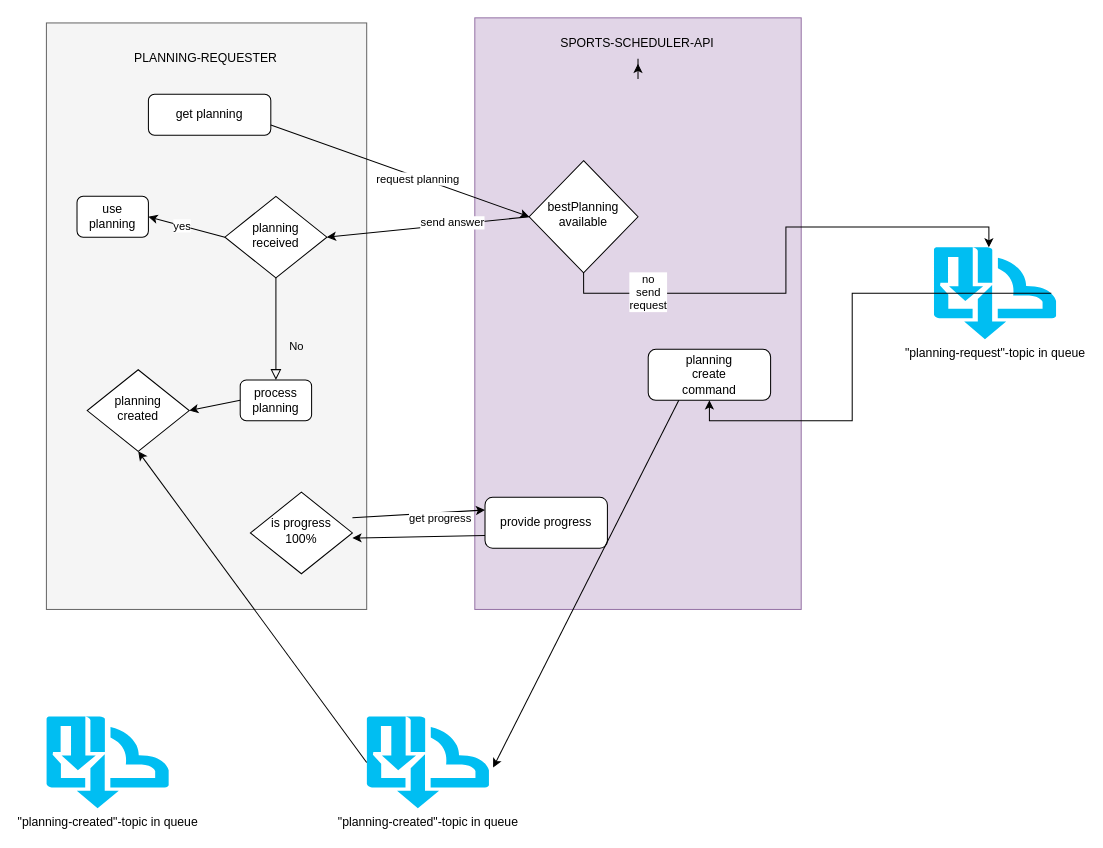
thepercival/fctoernooi-api keeps this draw.io diagram as public/docs/fct-create-planning-flow.drawio. Above is the earlier version. Source tidied: cells renumbered, new cells numbered last; positions are measured from the earlier drawing's top-left corner, leaving out a move shared by most shapes. Both pictures are drawn from the tidied source at 102%, with x=0, y=0 at pixel (46, 17).
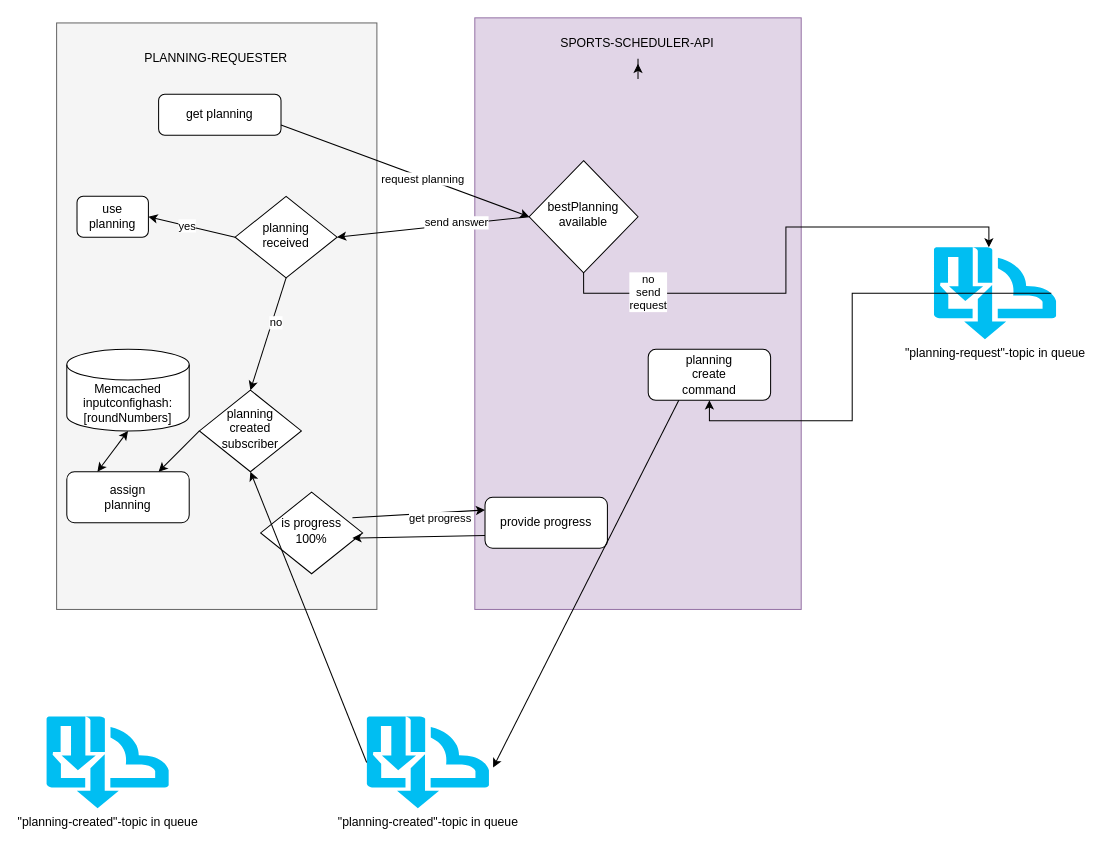
After the change.

Unchanged cells that the change refers to:
```xml
<mxCell id="4" value="planning received" style="rhombus;whiteSpace=wrap;html=1;shadow=0;fontFamily=Helvetica;fontSize=12;align=center;strokeWidth=1;spacing=6;spacingTop=-4;" parent="2" vertex="1">
  <mxGeometry x="175" y="170" width="100" height="80" as="geometry" />
</mxCell>
```

Change to the diagram source:
```diff
@@
     <mxCell id="2" style="group;fillColor=#f5f5f5;fontColor=#333333;strokeColor=#666666;" parent="1" vertex="1">
-      <mxGeometry y="5" width="314" height="575" as="geometry" />
+      <mxGeometry x="10" y="5" width="314" height="575" as="geometry" />
     </mxCell>
@@
-    <mxCell id="5" value="No" style="rounded=0;html=1;jettySize=auto;fontSize=11;endArrow=block;endFill=0;endSize=8;strokeWidth=1;shadow=0;labelBackgroundColor=none;edgeStyle=orthogonalEdgeStyle;entryX=0.5;entryY=0;entryDx=0;entryDy=0;" parent="2" edge="1" source="4" target="8">
-      <mxGeometry x="0.33" y="20" relative="1" as="geometry" />
-    </mxCell>
@@
-    <mxCell id="8" value="process planning" style="rounded=1;whiteSpace=wrap;html=1;fontSize=12;glass=0;strokeWidth=1;shadow=0;" parent="2" vertex="1">
-      <mxGeometry x="190" y="350" width="70" height="40" as="geometry" />
-    </mxCell>
-    <mxCell id="9" value="planning&lt;br&gt;created" style="rhombus;whiteSpace=wrap;html=1;shadow=0;fontFamily=Helvetica;fontSize=12;align=center;strokeWidth=1;spacing=6;spacingTop=-4;" parent="2" vertex="1">
-      <mxGeometry x="40" y="340" width="100" height="80" as="geometry" />
+    <mxCell id="9" value="planning&lt;br&gt;created&lt;br&gt;subscriber" style="rhombus;whiteSpace=wrap;html=1;shadow=0;fontFamily=Helvetica;fontSize=12;align=center;strokeWidth=1;spacing=6;spacingTop=-4;" parent="2" vertex="1">
+      <mxGeometry x="140" y="360" width="100" height="80" as="geometry" />
     </mxCell>
-    <mxCell id="10" style="endArrow=classic;html=1;rounded=0;entryX=1;entryY=0.5;entryDx=0;entryDy=0;exitX=0;exitY=0.5;exitDx=0;exitDy=0;" parent="2" edge="1" source="8" target="9">
-      <mxGeometry relative="1" as="geometry" />
-    </mxCell>
+    <mxCell id="36" value="assign&lt;br&gt;planning" style="rounded=1;whiteSpace=wrap;html=1;fontSize=12;glass=0;strokeWidth=1;shadow=0;" parent="2" vertex="1">
+      <mxGeometry x="10" y="440" width="120" height="50" as="geometry" />
+    </mxCell>
+    <mxCell id="37" value="Memcached&lt;br&gt;inputconfighash:[roundNumbers]" style="shape=cylinder3;whiteSpace=wrap;html=1;boundedLbl=1;backgroundOutline=1;size=15;" parent="2" vertex="1">
+      <mxGeometry x="10" y="320" width="120" height="80" as="geometry" />
+    </mxCell>
+    <mxCell id="38" style="endArrow=classic;html=1;rounded=0;exitX=0;exitY=0.5;exitDx=0;exitDy=0;entryX=0.75;entryY=0;entryDx=0;entryDy=0;" parent="2" edge="1" source="9" target="36">
+      <mxGeometry relative="1" as="geometry" />
+    </mxCell>
+    <mxCell id="39" style="endArrow=classic;startArrow=classic;html=1;rounded=0;exitX=0.25;exitY=0;exitDx=0;exitDy=0;entryX=0.5;entryY=1;entryDx=0;entryDy=0;entryPerimeter=0;" parent="2" edge="1" source="36" target="37">
+      <mxGeometry relative="1" as="geometry" />
+    </mxCell>
+    <mxCell id="40" style="endArrow=classic;html=1;rounded=0;exitX=0.5;exitY=1;exitDx=0;exitDy=0;entryX=0.5;entryY=0;entryDx=0;entryDy=0;" parent="2" edge="1" source="4" target="9">
+      <mxGeometry relative="1" as="geometry" />
+    </mxCell>
+    <mxCell id="41" value="no" style="edgeLabel;html=1;align=center;verticalAlign=middle;" parent="40" vertex="1">
+      <mxGeometry x="-0.22" y="3" relative="1" as="geometry" />
+    </mxCell>
```
